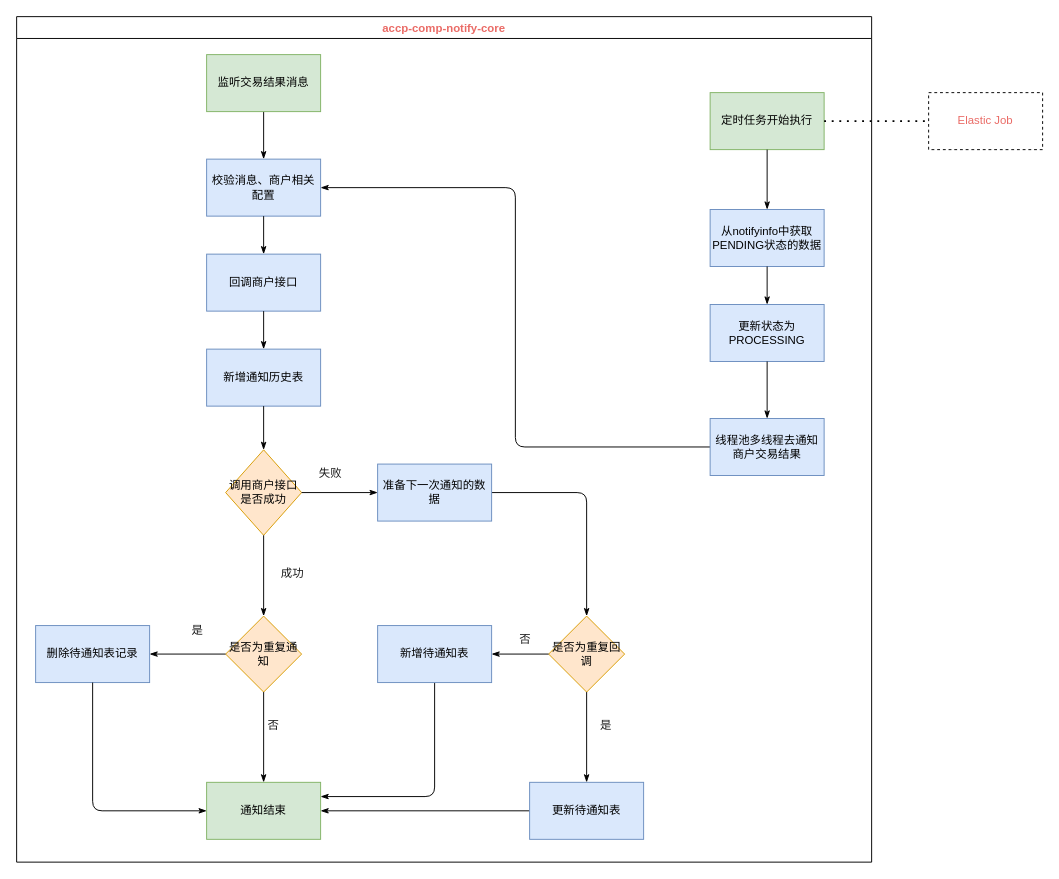
Earlier version of the draw.io diagram page "通知子系统通知流程改造后" (4 of 4) of accp.drawio (lgaBug/drawio). Source tidied: cells renumbered, new cells numbered last; positions are measured from the earlier drawing's top-left corner, leaving out a move shared by most shapes. Both pictures are drawn from the tidied source at 95%, with x=0, y=0 at pixel (16, 16).
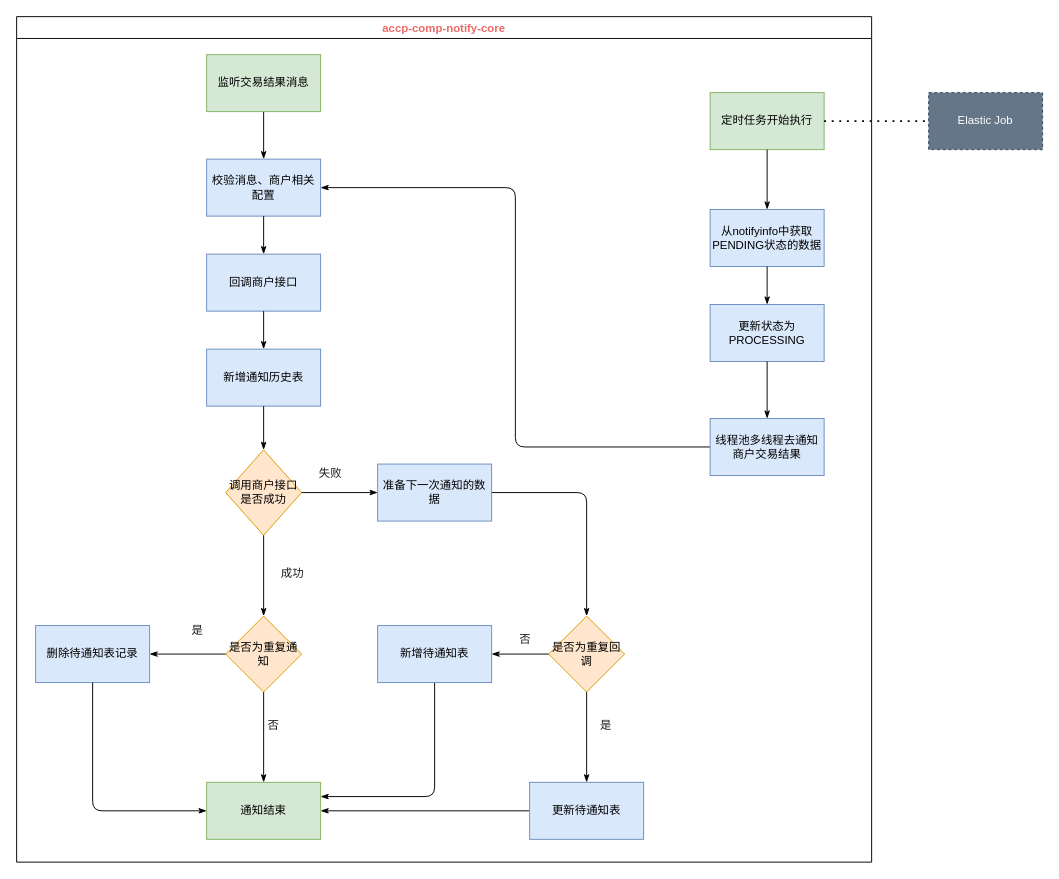
After the change.

Change to the diagram source:
```diff
@@
-    <mxCell id="44" value="Elastic Job" style="rounded=0;whiteSpace=wrap;html=1;fontColor=#EA6B66;dashed=1;" parent="1" vertex="1">
+    <mxCell id="44" value="Elastic Job" style="rounded=0;whiteSpace=wrap;html=1;fontColor=#ffffff;dashed=1;fillColor=#647687;strokeColor=#314354;" parent="1" vertex="1">
       <mxGeometry x="960" y="80" width="120" height="60" as="geometry" />
     </mxCell>
```
